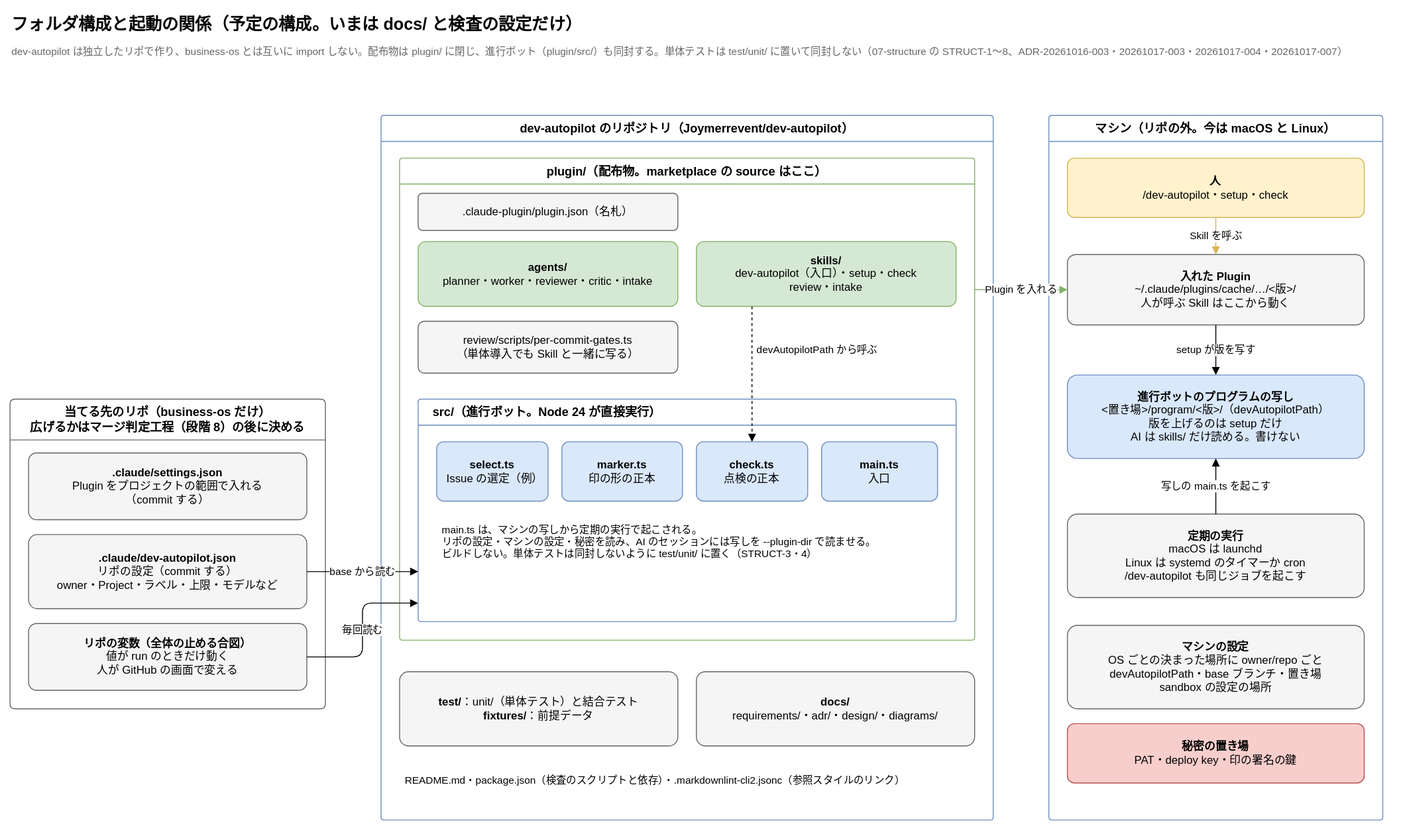
Earlier version of the draw.io export docs/diagrams/structure.drawio.svg (Joymerrevent/dev-autopilot). Source tidied: cells renumbered, new cells last; positions are measured from the earlier drawing's top-left corner, leaving out a move shared by most shapes.
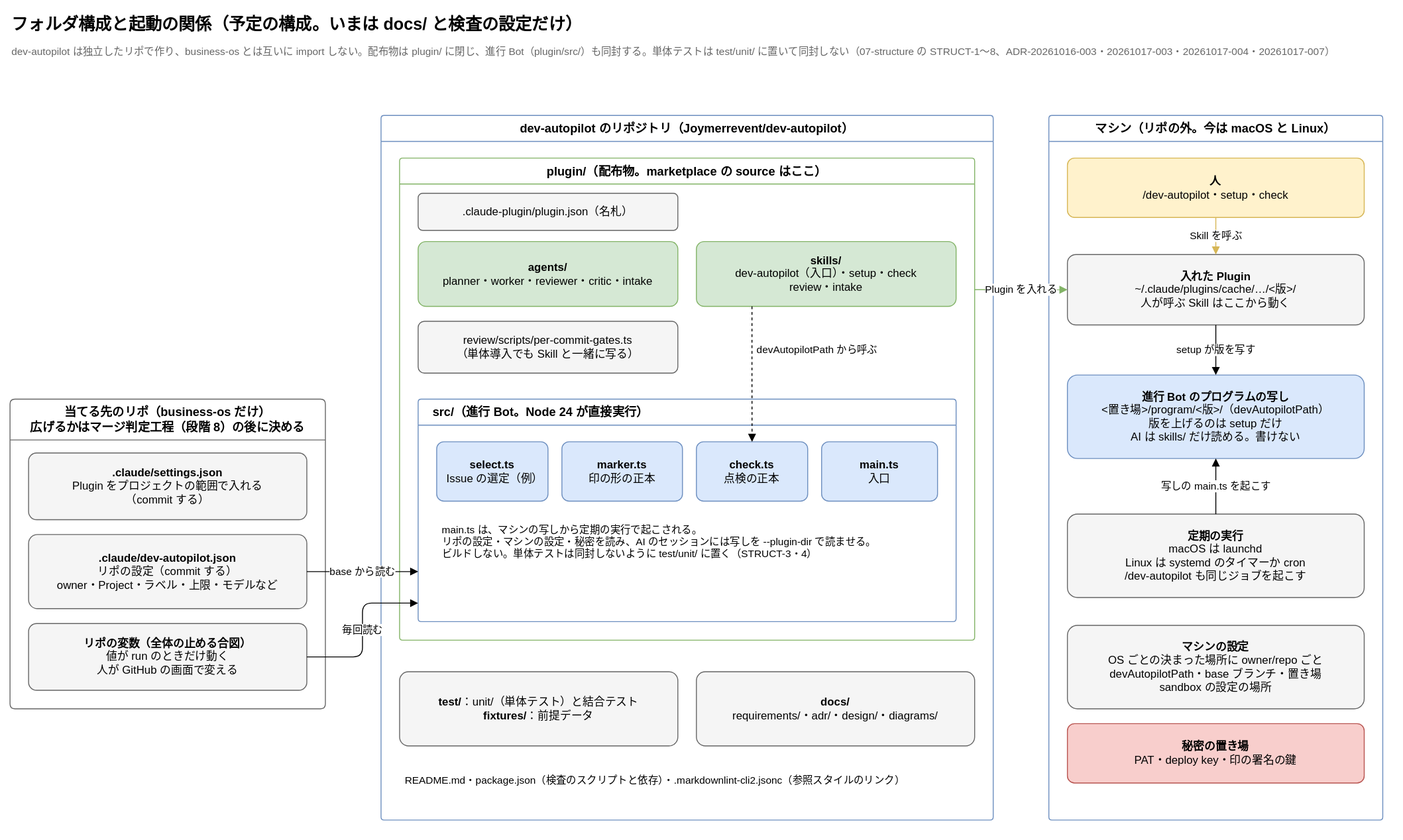
After the change.

Commit message:
docs: 図の「進行ボット」を「進行 Bot」に改める

The edit, as a diff of the source:
```diff
@@ -5,7 +5,7 @@
     <mxCell id="2" value="フォルダ構成と起動の関係（予定の構成。いまは docs/ と検査の設定だけ）" style="text;html=1;whiteSpace=wrap;align=left;verticalAlign=middle;fontSize=18;fontStyle=1;" parent="1" vertex="1">
       <mxGeometry width="1000" height="32" as="geometry" />
     </mxCell>
-    <mxCell id="3" value="dev-autopilot は独立したリポで作り、business-os とは互いに import しない。配布物は plugin/ に閉じ、進行ボット（plugin/src/）も同封する。単体テストは test/unit/ に置いて同封しない（07-structure の STRUCT-1〜8、ADR-20261016-003・20261017-003・20261017-004・20261017-007）" style="text;html=1;whiteSpace=wrap;align=left;verticalAlign=top;fontSize=11;fontColor=#666666;" parent="1" vertex="1">
+    <mxCell id="3" value="dev-autopilot は独立したリポで作り、business-os とは互いに import しない。配布物は plugin/ に閉じ、進行 Bot（plugin/src/）も同封する。単体テストは test/unit/ に置いて同封しない（07-structure の STRUCT-1〜8、ADR-20261016-003・20261017-003・20261017-004・20261017-007）" style="text;html=1;whiteSpace=wrap;align=left;verticalAlign=top;fontSize=11;fontColor=#666666;" parent="1" vertex="1">
       <mxGeometry y="32" width="1480" height="22" as="geometry" />
     </mxCell>
     <mxCell id="4" value="当てる先のリポ（business-os だけ）&lt;br&gt;広げるかはマージ判定工程（段階 8）の後に決める" style="swimlane;startSize=44;html=1;whiteSpace=wrap;rounded=1;arcSize=4;fontStyle=1;fontSize=13;strokeColor=#666666;fillColor=none;swimlaneFillColor=none;" parent="1" vertex="1">
@@ -38,7 +38,7 @@
     <mxCell id="13" value="review/scripts/per-commit-gates.ts&lt;br&gt;（単体導入でも Skill と一緒に写る）" style="rounded=1;whiteSpace=wrap;html=1;fontSize=12;arcSize=12;fillColor=#f5f5f5;strokeColor=#666666;spacing=12;" parent="9" vertex="1">
       <mxGeometry x="20" y="176" width="280" height="56" as="geometry" />
     </mxCell>
-    <mxCell id="14" value="src/（進行ボット。Node 24 が直接実行）" style="swimlane;startSize=28;html=1;whiteSpace=wrap;rounded=1;arcSize=4;fontStyle=1;fontSize=13;strokeColor=#6c8ebf;fillColor=none;swimlaneFillColor=none;align=left;spacingLeft=14;" parent="9" vertex="1">
+    <mxCell id="14" value="src/（進行 Bot。Node 24 が直接実行）" style="swimlane;startSize=28;html=1;whiteSpace=wrap;rounded=1;arcSize=4;fontStyle=1;fontSize=13;strokeColor=#6c8ebf;fillColor=none;swimlaneFillColor=none;align=left;spacingLeft=14;" parent="9" vertex="1">
       <mxGeometry x="20" y="260" width="580" height="240" as="geometry" />
     </mxCell>
     <mxCell id="15" value="&lt;b&gt;select.ts&lt;/b&gt;&lt;br&gt;Issue の選定（例）" style="rounded=1;whiteSpace=wrap;html=1;fontSize=12;arcSize=12;fillColor=#dae8fc;strokeColor=#6c8ebf;spacing=12;" parent="14" vertex="1">
@@ -74,7 +74,7 @@
     <mxCell id="25" value="&lt;b&gt;入れた Plugin&lt;/b&gt;&lt;br&gt;~/.claude/plugins/cache/…/&amp;lt;版&amp;gt;/&lt;br&gt;人が呼ぶ Skill はここから動く" style="rounded=1;whiteSpace=wrap;html=1;fontSize=12;arcSize=12;fillColor=#f5f5f5;strokeColor=#666666;spacing=12;" parent="23" vertex="1">
       <mxGeometry x="20" y="150" width="320" height="76" as="geometry" />
     </mxCell>
-    <mxCell id="26" value="&lt;b&gt;進行ボットのプログラムの写し&lt;/b&gt;&lt;br&gt;&amp;lt;置き場&amp;gt;/program/&amp;lt;版&amp;gt;/（devAutopilotPath）&lt;br&gt;版を上げるのは setup だけ&lt;br&gt;AI は skills/ だけ読める。書けない" style="rounded=1;whiteSpace=wrap;html=1;fontSize=12;arcSize=12;fillColor=#dae8fc;strokeColor=#6c8ebf;spacing=12;" parent="23" vertex="1">
+    <mxCell id="26" value="&lt;b&gt;進行 Bot のプログラムの写し&lt;/b&gt;&lt;br&gt;&amp;lt;置き場&amp;gt;/program/&amp;lt;版&amp;gt;/（devAutopilotPath）&lt;br&gt;版を上げるのは setup だけ&lt;br&gt;AI は skills/ だけ読める。書けない" style="rounded=1;whiteSpace=wrap;html=1;fontSize=12;arcSize=12;fillColor=#dae8fc;strokeColor=#6c8ebf;spacing=12;" parent="23" vertex="1">
       <mxGeometry x="20" y="280" width="320" height="90" as="geometry" />
     </mxCell>
     <mxCell id="27" value="&lt;b&gt;定期の実行&lt;/b&gt;&lt;br&gt;macOS は launchd&lt;br&gt;Linux は systemd のタイマーか cron&lt;br&gt;/dev-autopilot も同じジョブを起こす" style="rounded=1;whiteSpace=wrap;html=1;fontSize=12;arcSize=12;fillColor=#f5f5f5;strokeColor=#666666;spacing=12;" parent="23" vertex="1">
```
